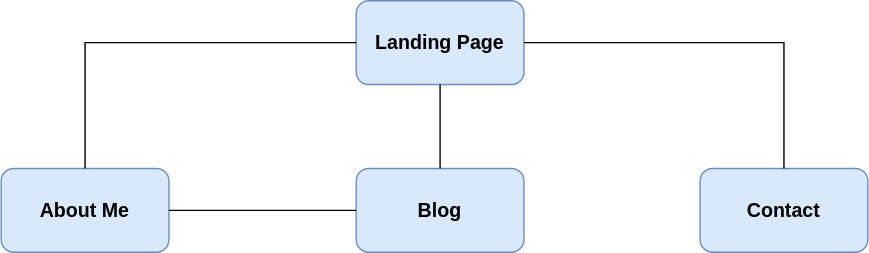
Earlier version of the draw.io export docs/sitemap.svg (Champ-Dog/portfolio). Source tidied: cells renumbered, new cells last; positions are measured from the earlier drawing's top-left corner, leaving out a move shared by most shapes. Its diagram source:
```xml
<mxGraphModel>
  <root>
    <mxCell id="0" />
    <mxCell id="1" parent="0" />
    <mxCell id="2" value="&lt;h3&gt;Landing Page&lt;/h3&gt;" style="rounded=1;whiteSpace=wrap;html=1;fillColor=#dae8fc;strokeColor=#6c8ebf;" parent="1" vertex="1">
      <mxGeometry x="254" width="120" height="60" as="geometry" />
    </mxCell>
    <mxCell id="3" value="&lt;h3&gt;About Me&lt;/h3&gt;" style="rounded=1;whiteSpace=wrap;html=1;fillColor=#dae8fc;strokeColor=#6c8ebf;" parent="1" vertex="1">
      <mxGeometry y="120" width="120" height="60" as="geometry" />
    </mxCell>
    <mxCell id="4" value="&lt;h3&gt;Blog&lt;/h3&gt;" style="rounded=1;whiteSpace=wrap;html=1;fillColor=#dae8fc;strokeColor=#6c8ebf;" parent="1" vertex="1">
      <mxGeometry x="254" y="120" width="120" height="60" as="geometry" />
    </mxCell>
    <mxCell id="5" value="&lt;h3&gt;Contact&lt;/h3&gt;" style="rounded=1;whiteSpace=wrap;html=1;fillColor=#dae8fc;strokeColor=#6c8ebf;" parent="1" vertex="1">
      <mxGeometry x="500" y="120" width="120" height="60" as="geometry" />
    </mxCell>
    <mxCell id="6" style="endArrow=none;html=1;rounded=0;entryX=0.5;entryY=1;entryDx=0;entryDy=0;exitX=0.5;exitY=0;exitDx=0;exitDy=0;" parent="1" edge="1" source="4" target="2">
      <mxGeometry relative="1" as="geometry" />
    </mxCell>
    <mxCell id="7" style="endArrow=none;html=1;rounded=0;exitX=0.5;exitY=0;exitDx=0;exitDy=0;entryX=0;entryY=0.5;entryDx=0;entryDy=0;" parent="1" edge="1" source="3" target="2">
      <mxGeometry relative="1" as="geometry">
        <Array as="points">
          <mxPoint x="60" y="30" />
        </Array>
      </mxGeometry>
    </mxCell>
    <mxCell id="8" style="endArrow=none;html=1;rounded=0;exitX=0.5;exitY=0;exitDx=0;exitDy=0;entryX=1;entryY=0.5;entryDx=0;entryDy=0;" parent="1" edge="1" source="5" target="2">
      <mxGeometry relative="1" as="geometry">
        <Array as="points">
          <mxPoint x="560" y="30" />
        </Array>
      </mxGeometry>
    </mxCell>
    <mxCell id="9" style="endArrow=none;html=1;rounded=0;entryX=0;entryY=0.5;entryDx=0;entryDy=0;exitX=1;exitY=0.5;exitDx=0;exitDy=0;" parent="1" edge="1" source="3" target="4">
      <mxGeometry relative="1" as="geometry" />
    </mxCell>
  </root>
</mxGraphModel>
```
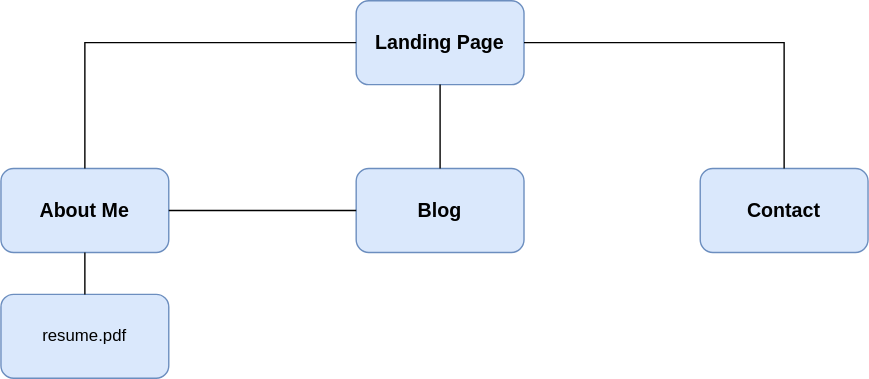
After the commit.

The edit, as a diff of the source:
```diff
@@ -34,5 +34,11 @@
     <mxCell id="9" style="endArrow=none;html=1;rounded=0;entryX=0;entryY=0.5;entryDx=0;entryDy=0;exitX=1;exitY=0.5;exitDx=0;exitDy=0;" parent="1" edge="1" source="3" target="4">
       <mxGeometry relative="1" as="geometry" />
     </mxCell>
+    <mxCell id="10" value="resume.pdf" style="rounded=1;whiteSpace=wrap;html=1;fillColor=#dae8fc;strokeColor=#6c8ebf;" parent="1" vertex="1">
+      <mxGeometry y="210" width="120" height="60" as="geometry" />
+    </mxCell>
+    <mxCell id="11" style="endArrow=none;html=1;rounded=0;entryX=0.5;entryY=1;entryDx=0;entryDy=0;" parent="1" edge="1" source="10" target="3">
+      <mxGeometry relative="1" as="geometry" />
+    </mxCell>
   </root>
 </mxGraphModel>
```
